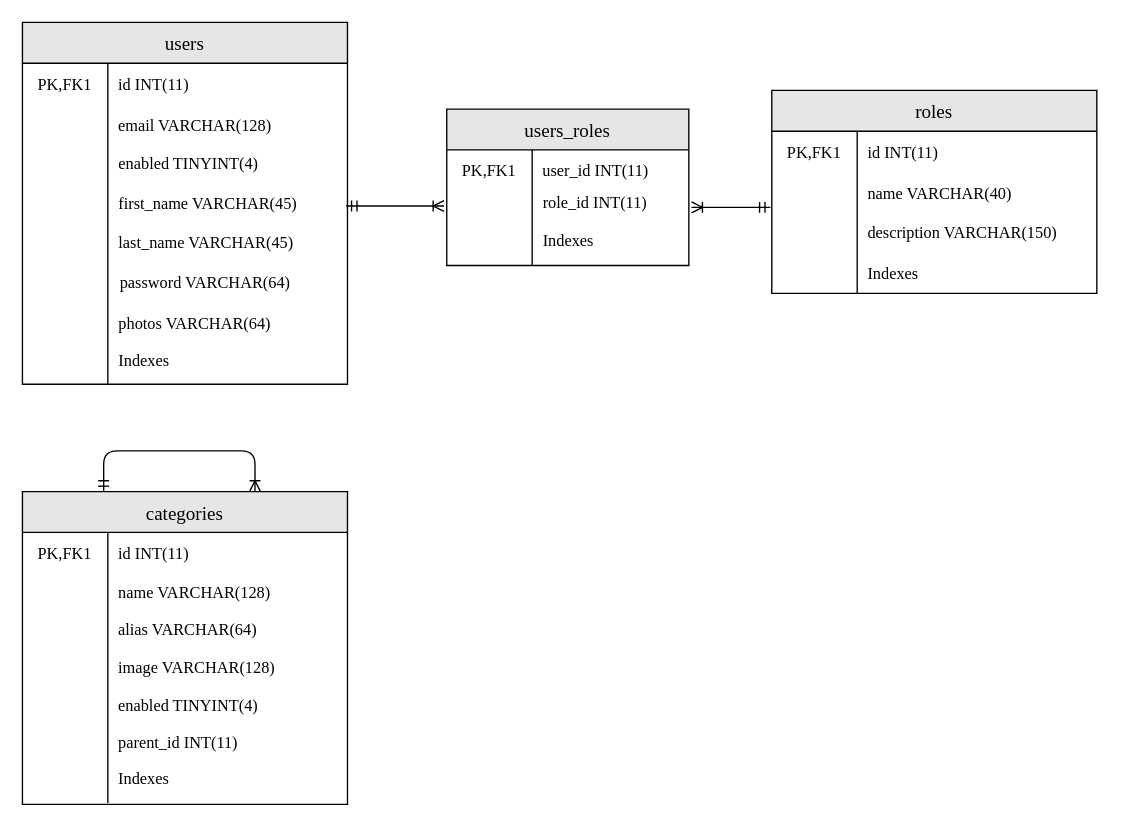
The draw.io diagram page "Admin-ER-01" (2 of 2) of 03-Solution Design/02-Use Case, Classes, Database/ER Diagram.drawio in Chufeng-Jiang/Java_SpringBoot_DubaiShop_E-Commerce, before the edit. Source tidied: cells renumbered, new cells numbered last; positions are measured from the earlier drawing's top-left corner, leaving out a move shared by most shapes. Both pictures are drawn from the tidied source at 136%, with x=0, y=0 at pixel (22, 22).
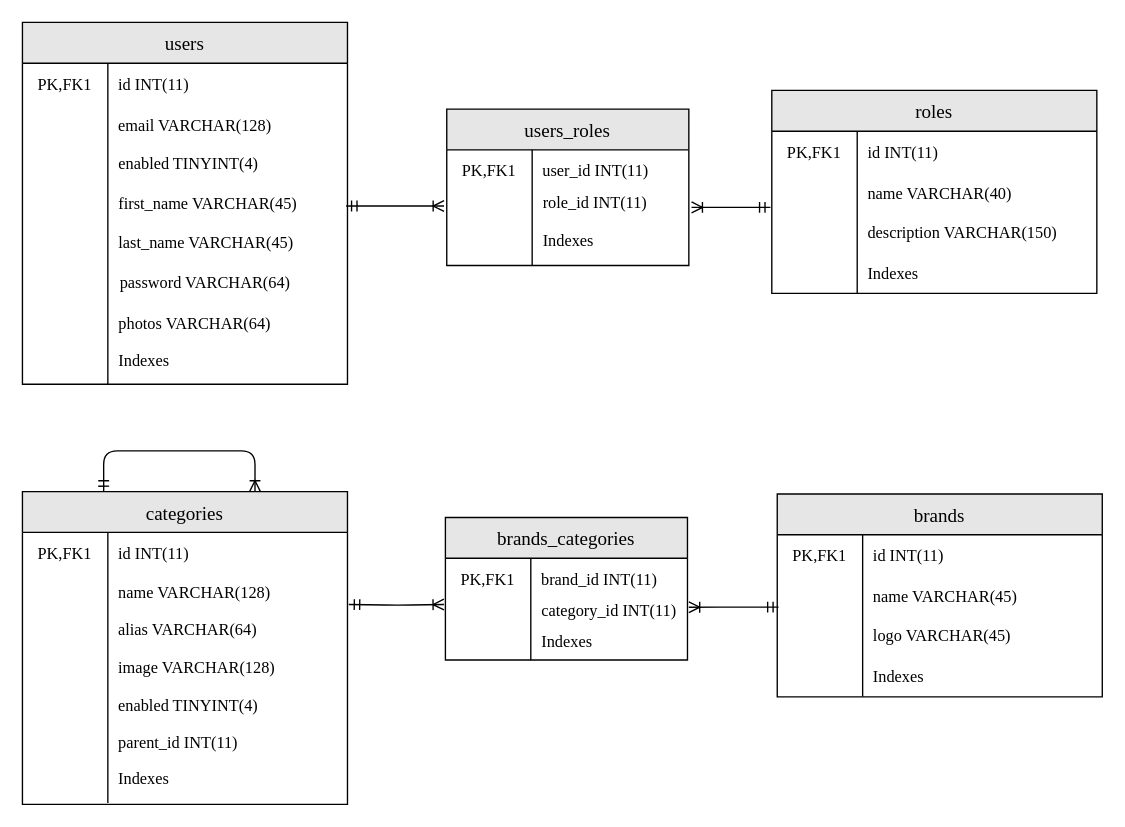
After the change.

Commit message (it also covers changes not shown here):
Add ER Diagram-Brand Module

What changed in the source:
```diff
@@
+    <mxCell id="60" style="group;" parent="1" vertex="1">
+      <mxGeometry x="311" y="364" width="194.3" height="114.7" as="geometry" />
+    </mxCell>
+    <mxCell id="61" value="brands_categories" style="shape=table;startSize=30;childLayout=tableLayout;rowLines=0;fontStyle=0;align=center;labelBackgroundColor=none;fontFamily=Times New Roman;fontSize=14;fillColor=#E6E6E6;" parent="60" vertex="1">
+      <mxGeometry width="178" height="104.8" as="geometry" />
+    </mxCell>
+    <mxCell id="62" style="shape=tableRow;horizontal=0;startSize=0;swimlaneHead=0;swimlaneBody=0;fillColor=none;top=0;left=0;right=0;bottom=0;labelBackgroundColor=none;fontFamily=Times New Roman;" parent="61" vertex="1">
+      <mxGeometry y="30" width="178" height="30" as="geometry" />
+    </mxCell>
+    <mxCell id="63" value="PK,FK1" style="shape=partialRectangle;fillColor=none;top=0;left=0;bottom=0;right=0;fontStyle=0;overflow=hidden;labelBackgroundColor=none;fontFamily=Times New Roman;" parent="62" vertex="1">
+      <mxGeometry width="62.8" height="30" as="geometry" />
+    </mxCell>
+    <mxCell id="64" value="brand_id INT(11) " style="shape=partialRectangle;fillColor=none;top=0;left=0;bottom=0;right=0;align=left;spacingLeft=6;fontStyle=0;overflow=hidden;labelBackgroundColor=none;fontFamily=Times New Roman;" parent="62" vertex="1">
+      <mxGeometry x="62.8" width="115.2" height="30" as="geometry" />
+    </mxCell>
+    <mxCell id="65" style="shape=tableRow;horizontal=0;startSize=0;swimlaneHead=0;swimlaneBody=0;fillColor=none;points=[[0,0.5],[1,0.5]];portConstraint=eastwest;top=0;left=0;right=0;bottom=0;labelBackgroundColor=none;fontFamily=Times New Roman;" parent="61" vertex="1">
+      <mxGeometry y="60" width="178" height="45" as="geometry" />
+    </mxCell>
+    <mxCell id="66" style="shape=partialRectangle;fillColor=none;top=0;left=0;bottom=0;right=0;overflow=hidden;labelBackgroundColor=none;fontFamily=Times New Roman;" parent="65" vertex="1">
+      <mxGeometry width="62.8" height="45" as="geometry" />
+    </mxCell>
+    <mxCell id="67" style="shape=partialRectangle;fillColor=none;top=0;left=0;bottom=0;right=0;align=left;spacingLeft=6;overflow=hidden;labelBackgroundColor=none;fontFamily=Times New Roman;" parent="65" vertex="1">
+      <mxGeometry x="62.8" width="115.2" height="45" as="geometry" />
+    </mxCell>
+    <mxCell id="68" value="category_id INT(11) " style="shape=partialRectangle;fillColor=none;top=0;left=0;bottom=0;right=0;align=left;spacingLeft=6;fontStyle=0;overflow=hidden;labelBackgroundColor=none;fontFamily=Times New Roman;" parent="60" vertex="1">
+      <mxGeometry x="63" y="53" width="107" height="30" as="geometry" />
+    </mxCell>
+    <mxCell id="69" value="Indexes" style="shape=partialRectangle;fillColor=none;top=0;left=0;bottom=0;right=0;align=left;spacingLeft=6;fontStyle=0;overflow=hidden;labelBackgroundColor=none;fontFamily=Times New Roman;" parent="60" vertex="1">
+      <mxGeometry x="63" y="78.3" width="112" height="24.6" as="geometry" />
+    </mxCell>
+    <mxCell id="70" style="group;" parent="1" vertex="1">
+      <mxGeometry x="555" y="346.7" width="239" height="149.2" as="geometry" />
+    </mxCell>
+    <mxCell id="71" value="brands" style="shape=table;startSize=30;childLayout=tableLayout;rowLines=0;fontStyle=0;align=center;labelBackgroundColor=none;fontFamily=Times New Roman;fontSize=14;fillColor=#E6E6E6;" parent="70" vertex="1">
+      <mxGeometry width="239" height="149.2" as="geometry" />
+    </mxCell>
+    <mxCell id="72" style="shape=tableRow;horizontal=0;startSize=0;swimlaneHead=0;swimlaneBody=0;fillColor=none;top=0;left=0;right=0;bottom=0;labelBackgroundColor=none;fontFamily=Times New Roman;" parent="71" vertex="1">
+      <mxGeometry y="30" width="239" height="30" as="geometry" />
+    </mxCell>
+    <mxCell id="73" value="PK,FK1" style="shape=partialRectangle;fillColor=none;top=0;left=0;bottom=0;right=0;fontStyle=0;overflow=hidden;labelBackgroundColor=none;fontFamily=Times New Roman;" parent="72" vertex="1">
+      <mxGeometry width="62.8" height="30" as="geometry" />
+    </mxCell>
+    <mxCell id="74" value="id INT(11) " style="shape=partialRectangle;fillColor=none;top=0;left=0;bottom=0;right=0;align=left;spacingLeft=6;fontStyle=0;overflow=hidden;labelBackgroundColor=none;fontFamily=Times New Roman;" parent="72" vertex="1">
+      <mxGeometry x="62.8" width="176.2" height="30" as="geometry" />
+    </mxCell>
+    <mxCell id="75" style="shape=tableRow;horizontal=0;startSize=0;swimlaneHead=0;swimlaneBody=0;fillColor=none;points=[[0,0.5],[1,0.5]];portConstraint=eastwest;top=0;left=0;right=0;bottom=0;labelBackgroundColor=none;fontFamily=Times New Roman;" parent="71" vertex="1">
+      <mxGeometry y="60" width="239" height="89" as="geometry" />
+    </mxCell>
+    <mxCell id="76" style="shape=partialRectangle;fillColor=none;top=0;left=0;bottom=0;right=0;overflow=hidden;labelBackgroundColor=none;fontFamily=Times New Roman;" parent="75" vertex="1">
+      <mxGeometry width="62.8" height="89" as="geometry" />
+    </mxCell>
+    <mxCell id="77" style="shape=partialRectangle;fillColor=none;top=0;left=0;bottom=0;right=0;align=left;spacingLeft=6;overflow=hidden;labelBackgroundColor=none;fontFamily=Times New Roman;" parent="75" vertex="1">
+      <mxGeometry x="62.8" width="176.2" height="89" as="geometry" />
+    </mxCell>
+    <mxCell id="78" value="name VARCHAR(45)" style="shape=partialRectangle;fillColor=none;top=0;left=0;bottom=0;right=0;align=left;spacingLeft=6;fontStyle=0;overflow=hidden;labelBackgroundColor=none;fontFamily=Times New Roman;" parent="70" vertex="1">
+      <mxGeometry x="62.8" y="60" width="176.2" height="30" as="geometry" />
+    </mxCell>
+    <mxCell id="79" value="logo VARCHAR(45)" style="shape=partialRectangle;fillColor=none;top=0;left=0;bottom=0;right=0;align=left;spacingLeft=6;fontStyle=0;overflow=hidden;labelBackgroundColor=none;fontFamily=Times New Roman;" parent="70" vertex="1">
+      <mxGeometry x="62.8" y="89" width="176.2" height="30" as="geometry" />
+    </mxCell>
+    <mxCell id="80" value="Indexes" style="shape=partialRectangle;fillColor=none;top=0;left=0;bottom=0;right=0;align=left;spacingLeft=6;fontStyle=0;overflow=hidden;labelBackgroundColor=none;fontFamily=Times New Roman;" parent="70" vertex="1">
+      <mxGeometry x="62.8" y="119" width="176.2" height="30" as="geometry" />
+    </mxCell>
+    <mxCell id="81" style="edgeStyle=orthogonalEdgeStyle;html=1;endArrow=ERoneToMany;startArrow=ERmandOne;labelBackgroundColor=none;fontFamily=Verdana;fontSize=14;entryX=-0.006;entryY=0.089;entryDx=0;entryDy=0;entryPerimeter=0;" parent="1" edge="1" target="65">
+      <mxGeometry relative="1" as="geometry">
+        <mxPoint x="240" y="428" as="sourcePoint" />
+      </mxGeometry>
+    </mxCell>
+    <mxCell id="82" style="edgeStyle=orthogonalEdgeStyle;html=1;endArrow=ERoneToMany;startArrow=ERmandOne;labelBackgroundColor=none;fontFamily=Verdana;fontSize=14;exitX=0.004;exitY=0.261;exitDx=0;exitDy=0;exitPerimeter=0;" parent="1" edge="1" source="75">
+      <mxGeometry relative="1" as="geometry">
+        <mxPoint x="490" y="430" as="targetPoint" />
+      </mxGeometry>
+    </mxCell>
```
